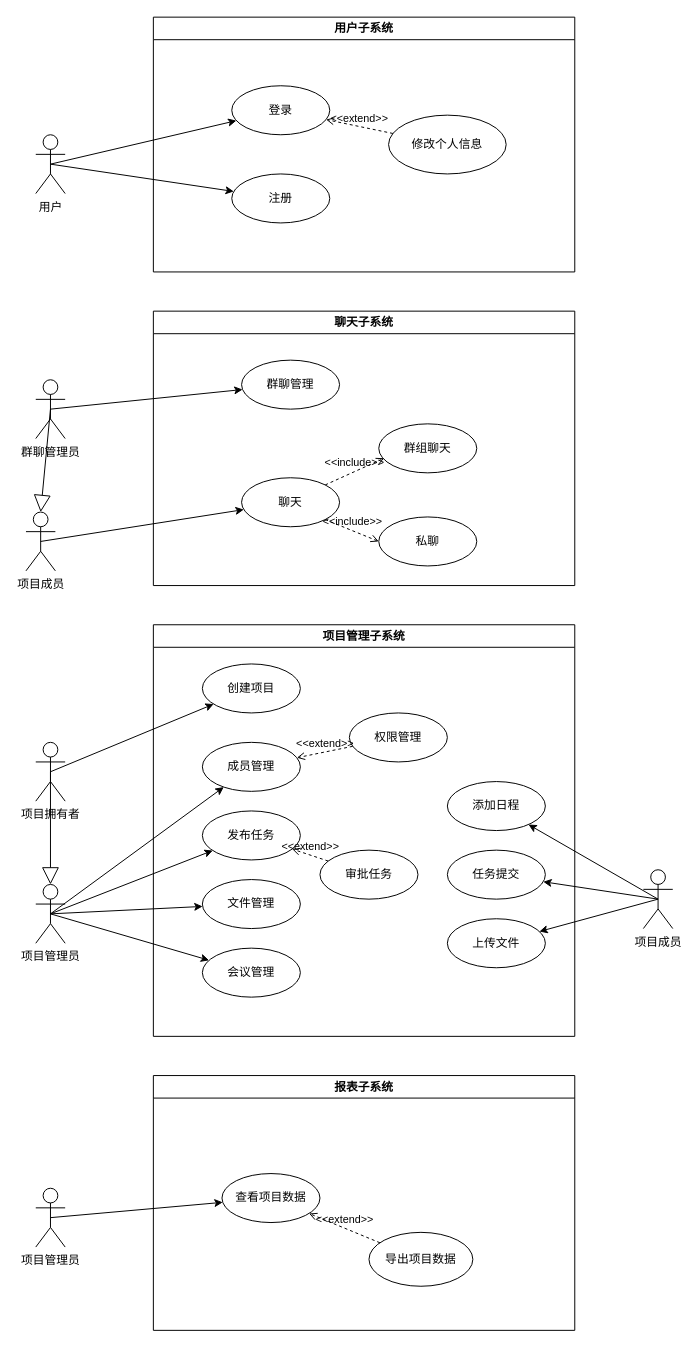
The draw.io diagram usecase/总用例图.drawio in TongjiMicroservice/Documents, before the edit. Source tidied: cells renumbered, new cells numbered last; positions are measured from the earlier drawing's top-left corner, leaving out a move shared by most shapes. Both pictures are drawn from the tidied source at 98%, with x=0, y=0 at pixel (25, 17).
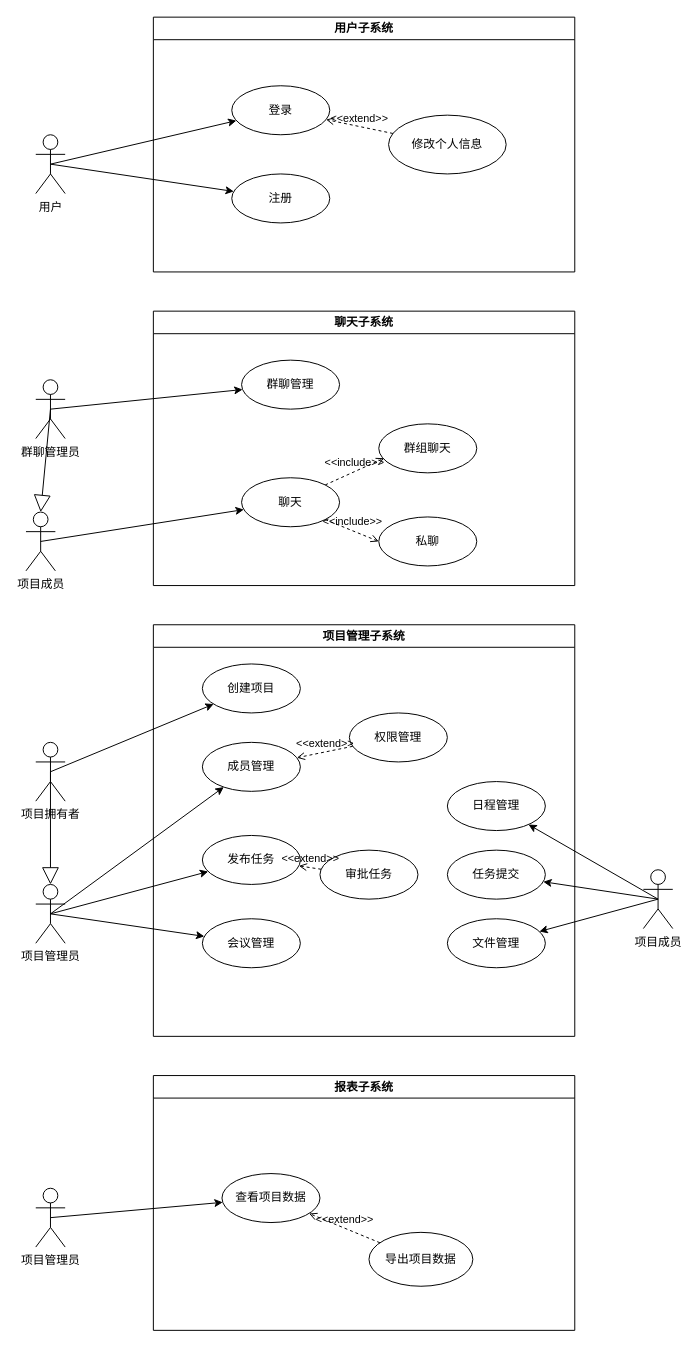
The same diagram, later.

Commit message (it also covers changes not shown here):
修改用例图

The change refers to these unchanged cells:
```xml
<mxCell id="19" value="项目管理子系统" style="swimlane;whiteSpace=wrap;html=1;" parent="1" vertex="1">
  <mxGeometry x="130" y="620" width="430" height="420" as="geometry" />
</mxCell>
<mxCell id="43" value="项目管理员" style="shape=umlActor;verticalLabelPosition=bottom;verticalAlign=top;html=1;outlineConnect=0;" parent="1" vertex="1">
  <mxGeometry x="10" y="885" width="30" height="60" as="geometry" />
</mxCell>
<mxCell id="47" value="项目成员" style="shape=umlActor;verticalLabelPosition=bottom;verticalAlign=top;html=1;outlineConnect=0;" parent="1" vertex="1">
  <mxGeometry x="630" y="870" width="30" height="60" as="geometry" />
</mxCell>
```

What changed in the source:
```diff
@@
     <mxCell id="21" value="发布任务" style="ellipse;whiteSpace=wrap;html=1;" parent="19" vertex="1">
-      <mxGeometry x="50" y="190" width="100" height="50" as="geometry" />
+      <mxGeometry x="50" y="215" width="100" height="50" as="geometry" />
     </mxCell>
@@
     <mxCell id="26" value="会议管理" style="ellipse;whiteSpace=wrap;html=1;" parent="19" vertex="1">
-      <mxGeometry x="50" y="330" width="100" height="50" as="geometry" />
+      <mxGeometry x="50" y="300" width="100" height="50" as="geometry" />
     </mxCell>
     <mxCell id="27" value="文件管理" style="ellipse;whiteSpace=wrap;html=1;" parent="19" vertex="1">
-      <mxGeometry x="50" y="260" width="100" height="50" as="geometry" />
+      <mxGeometry x="300" y="300" width="100" height="50" as="geometry" />
     </mxCell>
-    <mxCell id="28" value="上传文件" style="ellipse;whiteSpace=wrap;html=1;" parent="19" vertex="1">
-      <mxGeometry x="300" y="300" width="100" height="50" as="geometry" />
-    </mxCell>
@@
-    <mxCell id="31" value="添加日程" style="ellipse;whiteSpace=wrap;html=1;" parent="19" vertex="1">
+    <mxCell id="31" value="日程管理" style="ellipse;whiteSpace=wrap;html=1;" parent="19" vertex="1">
       <mxGeometry x="300" y="160" width="100" height="50" as="geometry" />
     </mxCell>
@@
-    <mxCell id="41" style="edgeStyle=none;html=1;exitX=0.5;exitY=0.5;exitDx=0;exitDy=0;exitPerimeter=0;strokeWidth=1;endArrow=classic;endFill=1;endSize=6;" parent="1" edge="1" source="43" target="27">
-      <mxGeometry relative="1" as="geometry" />
-    </mxCell>
@@
-    <mxCell id="45" style="edgeStyle=none;html=1;exitX=0.5;exitY=0.5;exitDx=0;exitDy=0;exitPerimeter=0;" parent="1" edge="1" source="47" target="28">
+    <mxCell id="45" style="edgeStyle=none;html=1;exitX=0.5;exitY=0.5;exitDx=0;exitDy=0;exitPerimeter=0;" parent="1" edge="1" source="47" target="27">
       <mxGeometry relative="1" as="geometry" />
     </mxCell>
```
